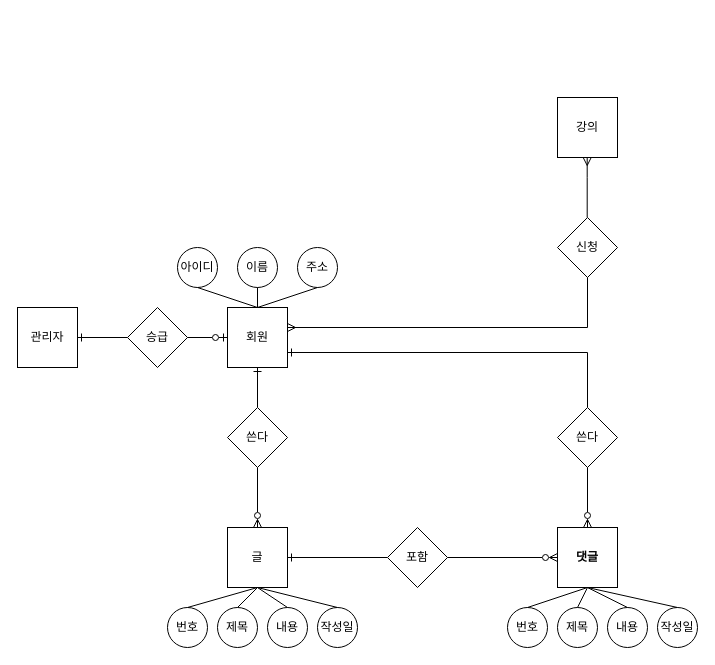
Before: 제목 없는 다이어그램.drawio in shAn-kor/choongang-sql, a draw.io diagram. Source tidied: cells renumbered, new cells numbered last; positions are measured from the earlier drawing's top-left corner, leaving out a move shared by most shapes. Both pictures are drawn from the tidied source at 100%, with x=0, y=0 at pixel (17, 97).
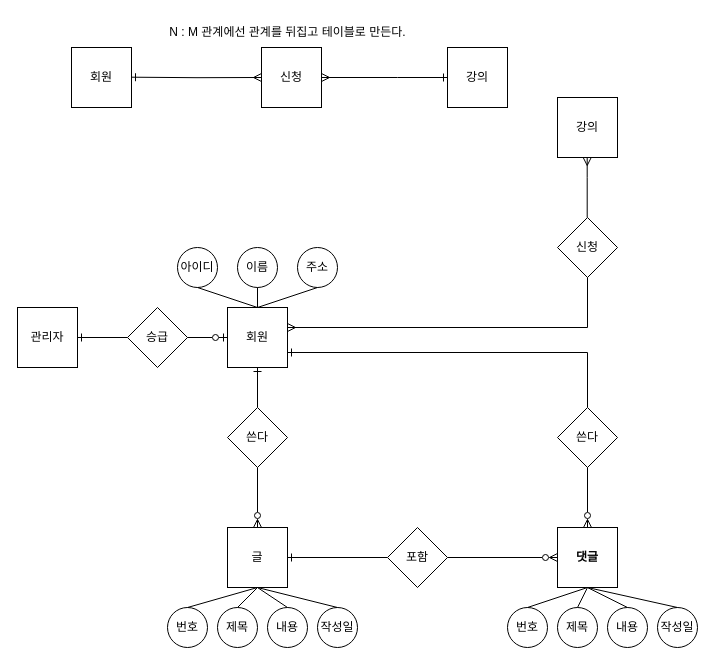
After the change.

Commit message (it also covers changes not shown here):
제목 없는 다이어그램.drawio 업데이트

What changed in the source:
```diff
@@
+    <mxCell id="44" value="회원" style="rounded=0;whiteSpace=wrap;html=1;strokeColor=default;" parent="1" vertex="1">
+      <mxGeometry x="54" y="-50" width="60" height="60" as="geometry" />
+    </mxCell>
+    <mxCell id="45" style="edgeStyle=orthogonalEdgeStyle;rounded=0;jettySize=auto;html=1;endArrow=ERmany;endFill=0;startArrow=ERone;startFill=0;exitX=1;exitY=0.75;exitDx=0;exitDy=0;entryX=0;entryY=0.5;entryDx=0;entryDy=0;" parent="1" edge="1" target="48">
+      <mxGeometry relative="1" as="geometry">
+        <mxPoint x="114" y="-20.3" as="sourcePoint" />
+      </mxGeometry>
+    </mxCell>
+    <mxCell id="46" style="edgeStyle=orthogonalEdgeStyle;rounded=0;jettySize=auto;html=1;entryX=0;entryY=0.5;entryDx=0;entryDy=0;endArrow=ERone;endFill=0;startArrow=ERmany;startFill=0;exitX=1;exitY=0.5;exitDx=0;exitDy=0;" parent="1" edge="1" source="48" target="47">
+      <mxGeometry relative="1" as="geometry">
+        <Array as="points">
+          <mxPoint x="380" y="-20" />
+          <mxPoint x="380" y="-20" />
+        </Array>
+      </mxGeometry>
+    </mxCell>
+    <mxCell id="47" value="강의" style="rounded=0;whiteSpace=wrap;html=1;strokeColor=default;" parent="1" vertex="1">
+      <mxGeometry x="430" y="-50" width="60" height="60" as="geometry" />
+    </mxCell>
+    <mxCell id="48" value="신청" style="rounded=0;whiteSpace=wrap;html=1;strokeColor=default;" parent="1" vertex="1">
+      <mxGeometry x="244" y="-50" width="60" height="60" as="geometry" />
+    </mxCell>
+    <mxCell id="49" value="N : M 관계에선 관계를 뒤집고 테이블로 만든다." style="text;html=1;align=center;verticalAlign=middle;strokeColor=none;fillColor=none;" parent="1" vertex="1">
+      <mxGeometry x="130" y="-80" width="280" height="30" as="geometry" />
+    </mxCell>
```
